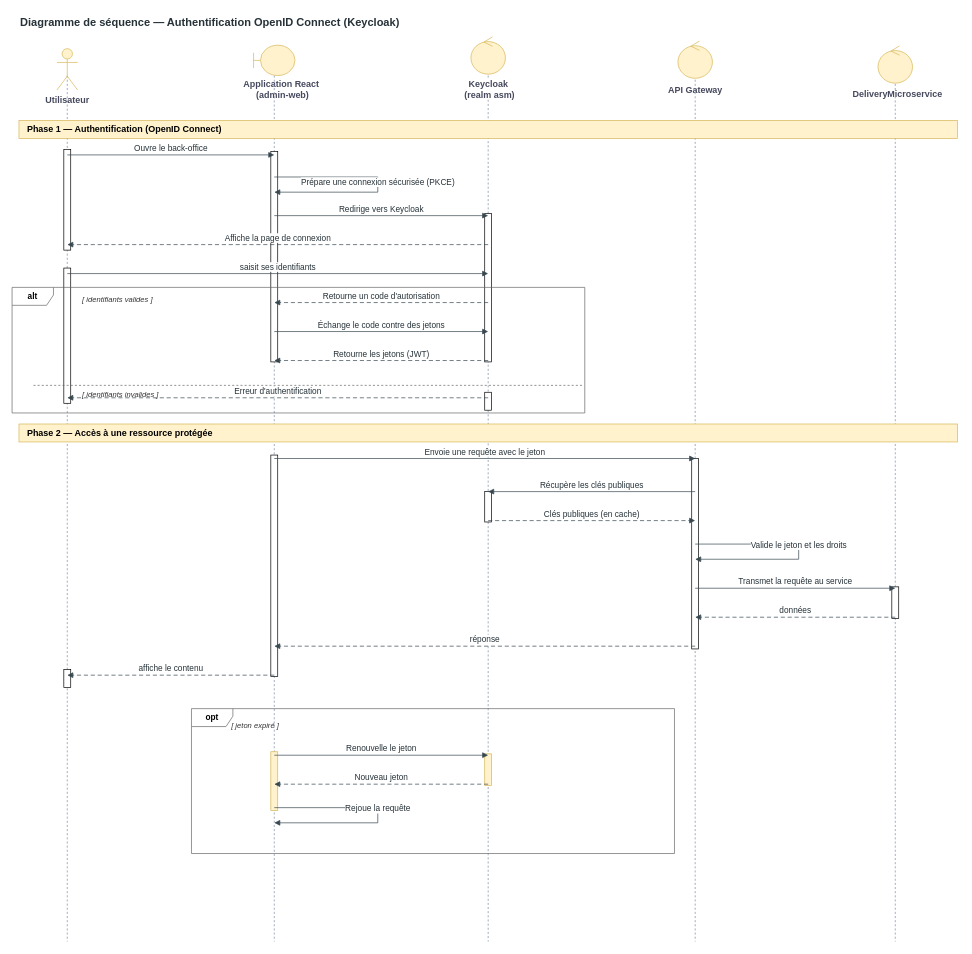
This is diagrams/drawio/Sprint1/seq-oidc-authentification.drawio from Moaziz667/asm-track, a draw.io file, before an edit. Source tidied: cells renumbered, new cells numbered last; positions are measured from the earlier drawing's top-left corner, leaving out a move shared by most shapes. Both pictures are drawn from the tidied source at 69%, with x=0, y=0 at pixel (12, 12).
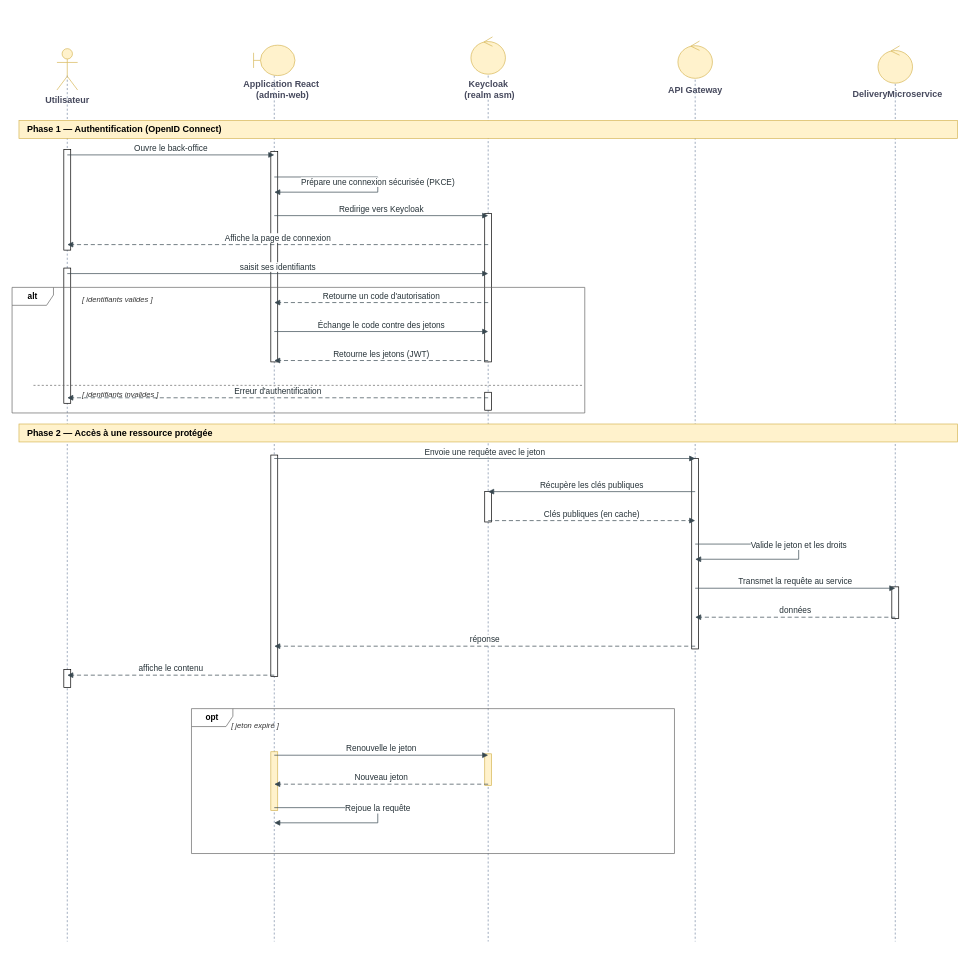
After the change.

What changed in the source:
```diff
@@
-    <mxCell id="45" value="Diagramme de séquence — Authentification OpenID Connect (Keycloak)" style="text;html=1;align=left;verticalAlign=middle;fontSize=16;fontStyle=1;fontColor=#263238;" parent="1" vertex="1">
-      <mxGeometry x="10" width="900" height="30" as="geometry" />
-    </mxCell>
```
